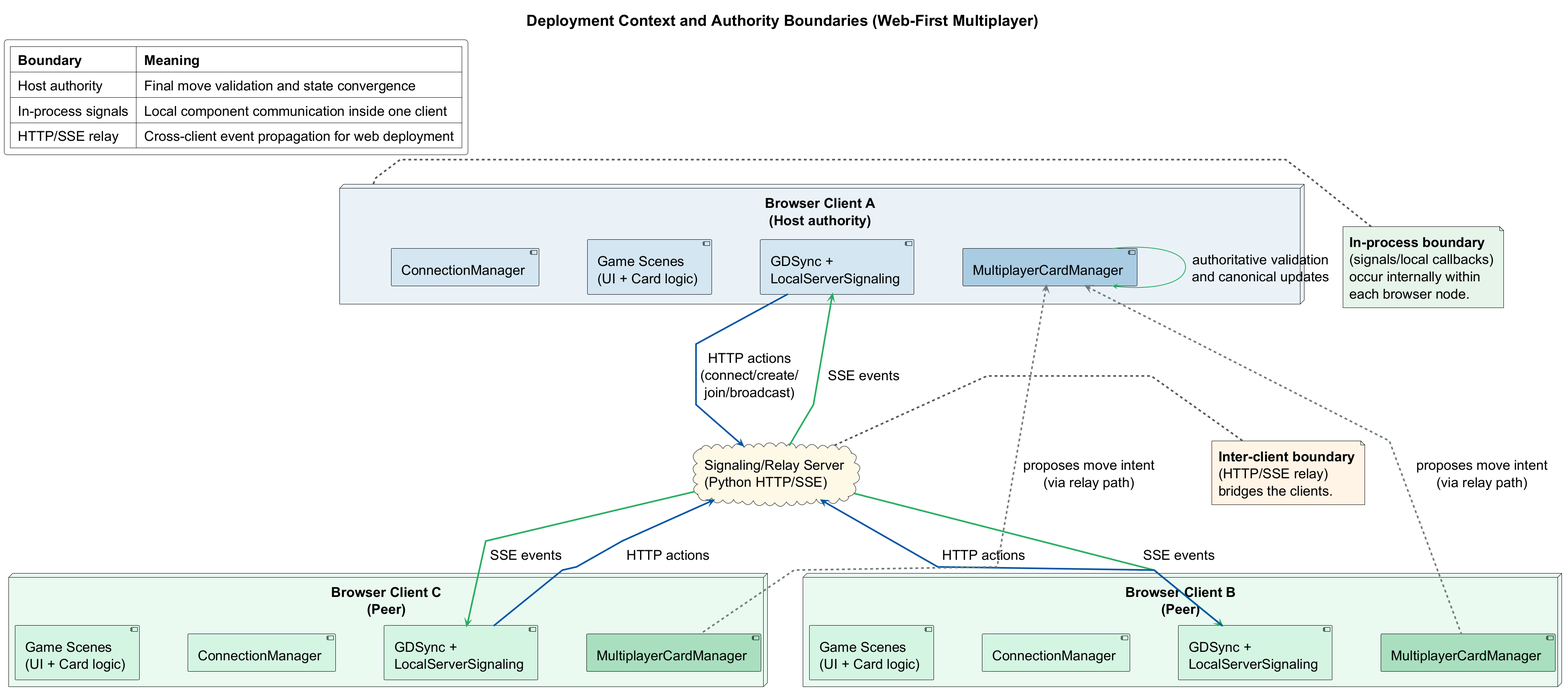
This is figures/diagrams/deployment-authority-boundary.png from Siponek/HPC-thesis, a PlantUML export, as it was before one commit.
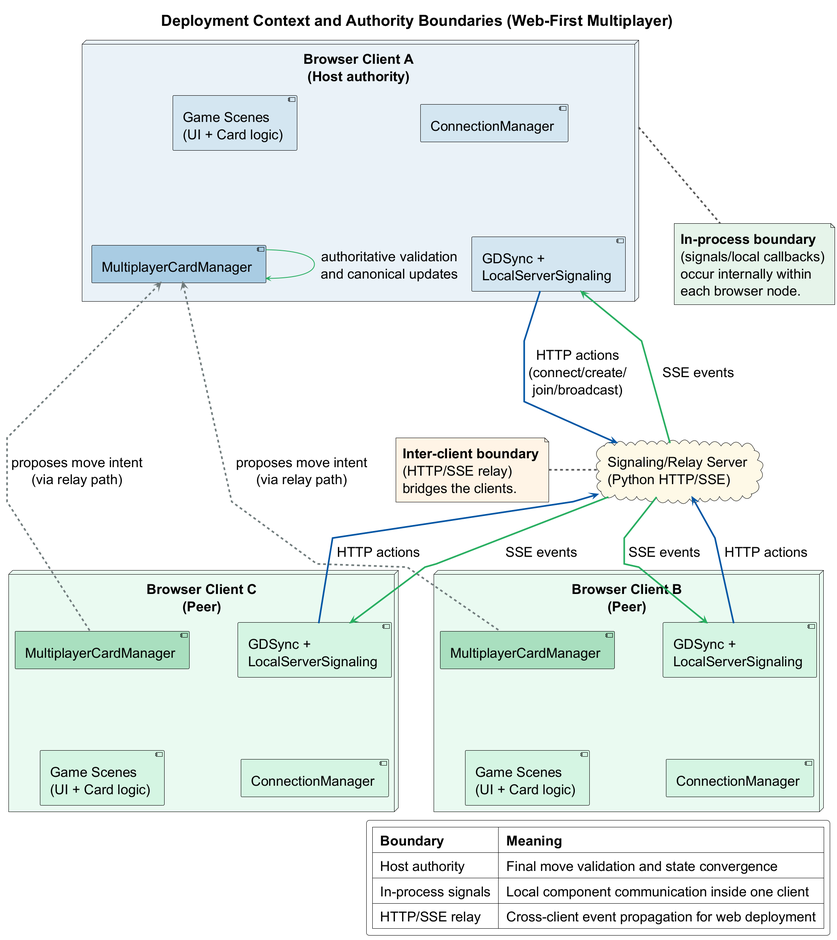
The same file after the commit.

Diff of the diagram source:
```diff
@@ -22,9 +22,13 @@
   component "ConnectionManager" as HostConn #D4E6F1
   component "MultiplayerCardManager" as HostMCM #A9CCE3
   component "GDSync +\nLocalServerSignaling" as HostSync #D4E6F1
+
+  HostUI -right[hidden]-> HostConn
+  HostUI -down[hidden]-> HostMCM
+  HostConn -down[hidden]-> HostSync
 }
 
-note left of Host #E6F4EA
+note bottom of Host #E6F4EA
   **In-process boundary**
   (signals/local callbacks)
   occur internally within
@@ -33,17 +37,21 @@
 
 cloud "Signaling/Relay Server\n(Python HTTP/SSE)" as Relay #FEF9E7
 
-note right of Relay #FFF4E6
+note left of Relay #FFF4E6
   **Inter-client boundary**
   (HTTP/SSE relay)
   bridges the clients.
 end note
 
 node "Browser Client B\n(Peer)" as Peer1 #EAFAF1 {
+  component "MultiplayerCardManager" as PeerMCM #A9DFBF
   component "GDSync +\nLocalServerSignaling" as PeerSync #D5F5E3
-  component "MultiplayerCardManager" as PeerMCM #A9DFBF
+  component "Game Scenes\n(UI + Card logic)" as PeerUI #D5F5E3
   component "ConnectionManager" as PeerConn #D5F5E3
-  component "Game Scenes\n(UI + Card logic)" as PeerUI #D5F5E3
+
+  PeerMCM -right[hidden]-> PeerSync
+  PeerMCM -down[hidden]-> PeerUI
+  PeerSync -down[hidden]-> PeerConn
 }
 
 node "Browser Client C\n(Peer)" as Peer2 #EAFAF1 {
@@ -51,6 +59,10 @@
   component "MultiplayerCardManager" as Peer2MCM #A9DFBF
   component "ConnectionManager" as Peer2Conn #D5F5E3
   component "Game Scenes\n(UI + Card logic)" as Peer2UI #D5F5E3
+
+  Peer2Sync -right[hidden]-> Peer2MCM
+  Peer2Sync -down[hidden]-> Peer2Conn
+  Peer2MCM -down[hidden]-> Peer2UI
 }
 
 
@@ -68,7 +80,7 @@
 
 HostMCM -right[#27AE60,bold]-> HostMCM : authoritative validation\nand canonical updates
 
-legend top left
+legend bottom right
 |= Boundary |= Meaning |
 | Host authority | Final move validation and state convergence |
 | In-process signals | Local component communication inside one client |
```
